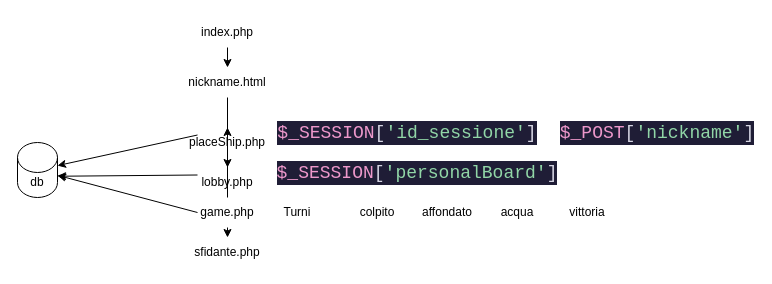
pacchio1/ITS_PHP keeps this draw.io diagram as BattelShip/schema.dio. Above is the earlier version. Source tidied: cells renumbered, new cells numbered last; positions are measured from the earlier drawing's top-left corner, leaving out a move shared by most shapes. Both pictures are drawn from the tidied source at 100%, with x=0, y=0 at pixel (17, 17).
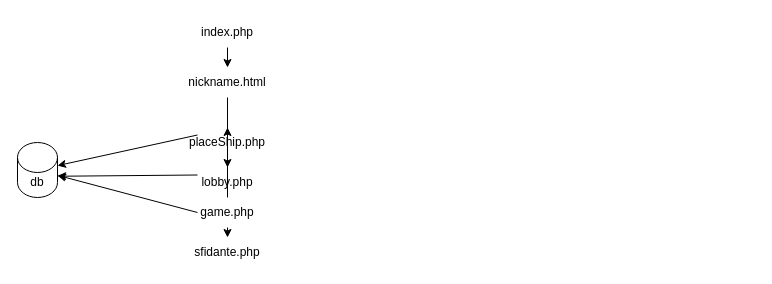
Above is the later version.

Commit message (it also covers changes not shown here):
Add session ID to lobby.php and update game.php to retrieve game data from the database

What changed in the source:
```diff
@@
-    <mxCell id="14" value="&lt;div style=&quot;color: rgb(214, 213, 227); background-color: rgb(31, 29, 54); font-family: &amp;quot;Courier New&amp;quot;, Consolas, &amp;quot;Courier New&amp;quot;, monospace; font-size: 18px; line-height: 24px;&quot;&gt;&lt;div style=&quot;line-height: 24px;&quot;&gt;&lt;span style=&quot;color: #ed98cb;&quot;&gt;$_SESSION&lt;/span&gt;[&lt;span style=&quot;color: #91d6a7;&quot;&gt;'id_sessione'&lt;/span&gt;]&lt;/div&gt;&lt;/div&gt;" style="text;html=1;strokeColor=none;fillColor=none;align=center;verticalAlign=middle;whiteSpace=wrap;rounded=0;" parent="1" vertex="1">
-      <mxGeometry x="360" y="100" width="60" height="30" as="geometry" />
-    </mxCell>
-    <mxCell id="15" value="&lt;div style=&quot;color: rgb(214, 213, 227); background-color: rgb(31, 29, 54); font-family: &amp;quot;Courier New&amp;quot;, Consolas, &amp;quot;Courier New&amp;quot;, monospace; font-size: 18px; line-height: 24px;&quot;&gt;&lt;span style=&quot;color: #ed98cb;&quot;&gt;$_POST&lt;/span&gt;[&lt;span style=&quot;color: #91d6a7;&quot;&gt;'nickname'&lt;/span&gt;]&lt;/div&gt;" style="text;html=1;strokeColor=none;fillColor=none;align=center;verticalAlign=middle;whiteSpace=wrap;rounded=0;" parent="1" vertex="1">
-      <mxGeometry x="610" y="100" width="60" height="30" as="geometry" />
-    </mxCell>
-    <mxCell id="16" value="&lt;div style=&quot;color: rgb(214, 213, 227); background-color: rgb(31, 29, 54); font-family: &amp;quot;Courier New&amp;quot;, Consolas, &amp;quot;Courier New&amp;quot;, monospace; font-size: 18px; line-height: 24px;&quot;&gt;&lt;div style=&quot;line-height: 24px;&quot;&gt;&lt;span style=&quot;color: #ed98cb;&quot;&gt;$_SESSION&lt;/span&gt;[&lt;span style=&quot;color: #91d6a7;&quot;&gt;'personalBoard'&lt;/span&gt;]&lt;/div&gt;&lt;/div&gt;" style="text;html=1;strokeColor=none;fillColor=none;align=center;verticalAlign=middle;whiteSpace=wrap;rounded=0;" parent="1" vertex="1">
-      <mxGeometry x="370" y="140" width="60" height="30" as="geometry" />
-    </mxCell>
@@
-    <mxCell id="18" value="Turni" style="text;html=1;strokeColor=none;fillColor=none;align=center;verticalAlign=middle;whiteSpace=wrap;rounded=0;" parent="1" vertex="1">
-      <mxGeometry x="250" y="180" width="60" height="30" as="geometry" />
-    </mxCell>
-    <mxCell id="19" value="colpito" style="text;html=1;strokeColor=none;fillColor=none;align=center;verticalAlign=middle;whiteSpace=wrap;rounded=0;" parent="1" vertex="1">
-      <mxGeometry x="330" y="180" width="60" height="30" as="geometry" />
-    </mxCell>
-    <mxCell id="20" value="affondato" style="text;html=1;strokeColor=none;fillColor=none;align=center;verticalAlign=middle;whiteSpace=wrap;rounded=0;" parent="1" vertex="1">
-      <mxGeometry x="400" y="180" width="60" height="30" as="geometry" />
-    </mxCell>
-    <mxCell id="21" value="acqua" style="text;html=1;strokeColor=none;fillColor=none;align=center;verticalAlign=middle;whiteSpace=wrap;rounded=0;" parent="1" vertex="1">
-      <mxGeometry x="470" y="180" width="60" height="30" as="geometry" />
-    </mxCell>
-    <mxCell id="22" value="vittoria&lt;br&gt;" style="text;html=1;strokeColor=none;fillColor=none;align=center;verticalAlign=middle;whiteSpace=wrap;rounded=0;" parent="1" vertex="1">
-      <mxGeometry x="540" y="180" width="60" height="30" as="geometry" />
-    </mxCell>
```
